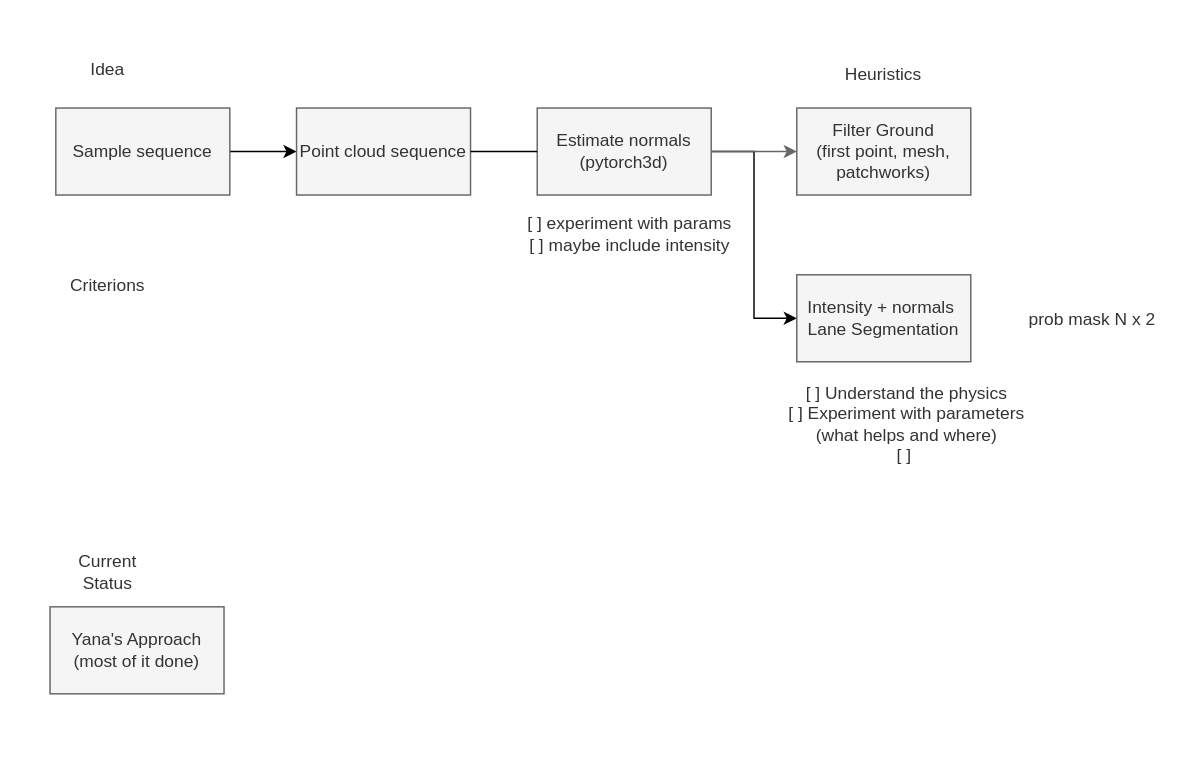
This is schemes/segmentation.drawio from ctu-vras/Lane-extraction, a draw.io file, before an edit. Source tidied: cells renumbered, new cells numbered last; positions are measured from the earlier drawing's top-left corner, leaving out a move shared by most shapes. Both pictures are drawn from the tidied source at 145%, with x=0, y=0 at pixel (49, 48).
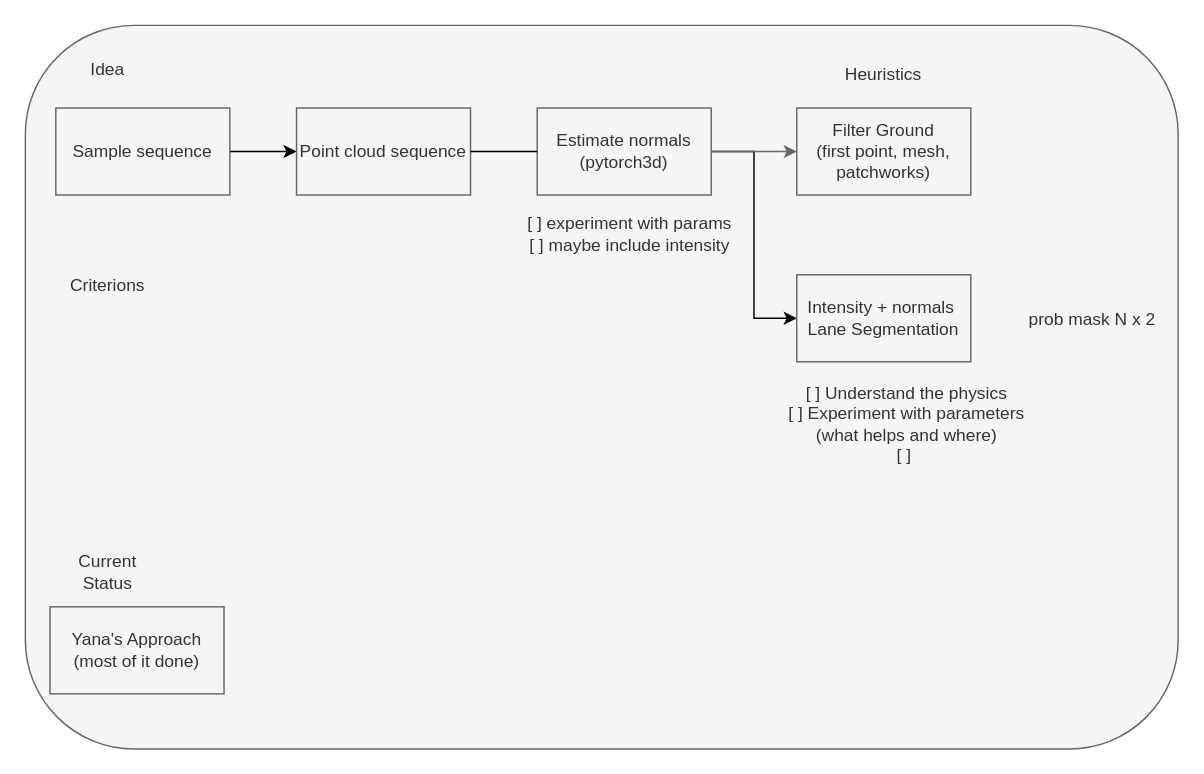
After the change.

What changed in the source:
```diff
@@
 <mxGraphModel background="#ffffff">
   <root>
     <mxCell id="0" />
     <mxCell id="1" parent="0" />
+    <mxCell id="19" style="rounded=1;whiteSpace=wrap;html=1;fillColor=#f5f5f5;fontColor=#333333;strokeColor=#666666;" parent="1" vertex="1">
+      <mxGeometry x="-17" y="-16" width="795" height="499" as="geometry" />
+    </mxCell>
     <mxCell id="2" style="edgeStyle=orthogonalEdgeStyle;rounded=0;jettySize=auto;html=1;entryX=0;entryY=0.5;entryDx=0;entryDy=0;strokeColor=#000000;" parent="1" edge="1" source="3" target="4">
       <mxGeometry relative="1" as="geometry" />
     </mxCell>
     <mxCell id="3" value="Sample sequence" style="rounded=0;whiteSpace=wrap;html=1;fillColor=#f5f5f5;fontColor=#333333;strokeColor=#666666;" parent="1" vertex="1">
       <mxGeometry x="4" y="41" width="120" height="60" as="geometry" />
     </mxCell>
     <mxCell id="4" value="Point cloud sequence" style="rounded=0;whiteSpace=wrap;html=1;fillColor=#f5f5f5;fontColor=#333333;strokeColor=#666666;" parent="1" vertex="1">
       <mxGeometry x="170" y="41" width="120" height="60" as="geometry" />
     </mxCell>
     <mxCell id="5" value="Filter Ground&lt;br&gt;(first point, mesh, patchworks)" style="rounded=0;whiteSpace=wrap;html=1;fillColor=#f5f5f5;fontColor=#333333;strokeColor=#666666;" parent="1" vertex="1">
       <mxGeometry x="515" y="41" width="120" height="60" as="geometry" />
     </mxCell>
     <mxCell id="6" style="edgeStyle=orthogonalEdgeStyle;rounded=0;jettySize=auto;html=1;strokeColor=#000000;entryX=0;entryY=0.5;entryDx=0;entryDy=0;" parent="1" edge="1" source="14" target="9">
       <mxGeometry relative="1" as="geometry" />
     </mxCell>
     <mxCell id="7" value="Current Status" style="text;html=1;strokeColor=none;fillColor=none;align=center;verticalAlign=middle;whiteSpace=wrap;rounded=0;fontFamily=Helvetica;fontSize=12;fontColor=#333333;" parent="1" vertex="1">
       <mxGeometry x="10" y="346" width="60" height="30" as="geometry" />
     </mxCell>
     <mxCell id="8" value="Idea" style="text;html=1;strokeColor=none;fillColor=none;align=center;verticalAlign=middle;whiteSpace=wrap;rounded=0;fontFamily=Helvetica;fontSize=12;fontColor=#333333;" parent="1" vertex="1">
       <mxGeometry x="10" width="60" height="30" as="geometry" />
     </mxCell>
     <mxCell id="9" value="Intensity + normals&amp;nbsp;&lt;br&gt;Lane Segmentation" style="rounded=0;whiteSpace=wrap;html=1;fillColor=#f5f5f5;fontColor=#333333;strokeColor=#666666;" parent="1" vertex="1">
       <mxGeometry x="515" y="156" width="120" height="60" as="geometry" />
     </mxCell>
     <mxCell id="10" value="Yana's Approach&lt;br&gt;(most of it done)" style="rounded=0;whiteSpace=wrap;html=1;fillColor=#f5f5f5;fontColor=#333333;strokeColor=#666666;" parent="1" vertex="1">
       <mxGeometry y="385" width="120" height="60" as="geometry" />
     </mxCell>
     <mxCell id="11" value="[ ] Understand the physics&lt;br&gt;[ ] Experiment with parameters (what helps and where)&lt;br&gt;[ ]&amp;nbsp;" style="text;html=1;strokeColor=none;fillColor=none;align=center;verticalAlign=middle;whiteSpace=wrap;rounded=0;fontFamily=Helvetica;fontSize=12;fontColor=#333333;" parent="1" vertex="1">
       <mxGeometry x="498" y="228" width="186" height="61" as="geometry" />
     </mxCell>
     <mxCell id="12" value="prob mask N x 2" style="text;html=1;strokeColor=none;fillColor=none;align=center;verticalAlign=middle;whiteSpace=wrap;rounded=0;fontFamily=Helvetica;fontSize=12;fontColor=#333333;" parent="1" vertex="1">
       <mxGeometry x="663" y="158" width="112" height="58" as="geometry" />
     </mxCell>
     <mxCell id="13" style="edgeStyle=orthogonalEdgeStyle;rounded=0;jettySize=auto;html=1;entryX=0;entryY=0.5;entryDx=0;entryDy=0;fontFamily=Helvetica;fontSize=12;fontColor=#333333;fillColor=#f5f5f5;strokeColor=#666666;" parent="1" edge="1" source="14" target="5">
       <mxGeometry relative="1" as="geometry" />
     </mxCell>
     <mxCell id="14" value="Estimate normals&lt;br&gt;(pytorch3d)" style="rounded=0;whiteSpace=wrap;html=1;fillColor=#f5f5f5;fontColor=#333333;strokeColor=#666666;" parent="1" vertex="1">
       <mxGeometry x="336" y="41" width="120" height="60" as="geometry" />
     </mxCell>
     <mxCell id="15" style="edgeStyle=orthogonalEdgeStyle;rounded=0;jettySize=auto;html=1;entryX=0;entryY=0.5;entryDx=0;entryDy=0;strokeColor=#000000;endArrow=none;" parent="1" edge="1" source="4" target="14">
       <mxGeometry relative="1" as="geometry" />
     </mxCell>
     <mxCell id="16" value="[ ] experiment with params&lt;br&gt;[ ] maybe include intensity" style="text;html=1;strokeColor=none;fillColor=none;align=center;verticalAlign=middle;whiteSpace=wrap;rounded=0;fontFamily=Helvetica;fontSize=12;fontColor=#333333;" parent="1" vertex="1">
       <mxGeometry x="324" y="97" width="152" height="61" as="geometry" />
     </mxCell>
     <mxCell id="17" value="Heuristics" style="text;html=1;strokeColor=none;fillColor=none;align=center;verticalAlign=middle;whiteSpace=wrap;rounded=0;fontFamily=Helvetica;fontSize=12;fontColor=#333333;" parent="1" vertex="1">
       <mxGeometry x="525" y="3" width="100" height="30" as="geometry" />
     </mxCell>
     <mxCell id="18" value="Criterions" style="text;html=1;strokeColor=none;fillColor=none;align=center;verticalAlign=middle;whiteSpace=wrap;rounded=0;fontFamily=Helvetica;fontSize=12;fontColor=#333333;" parent="1" vertex="1">
       <mxGeometry x="10" y="149" width="60" height="30" as="geometry" />
     </mxCell>
   </root>
 </mxGraphModel>
```
